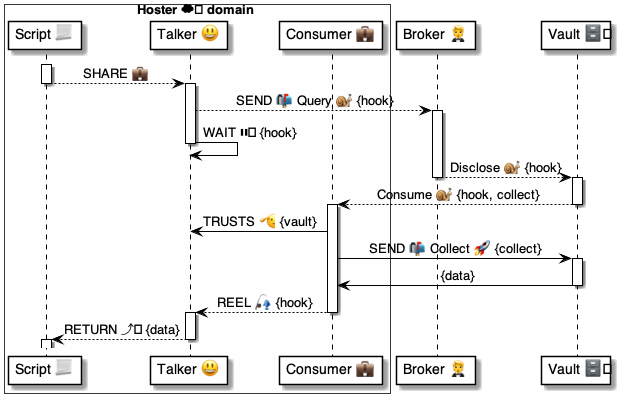
Before: 4 ⚙️ Solution/41 🎭 Domain Roles/Consumers 💼/💼🅰️ Consumer methods/Consume 🗄️🐌💼/🗄️ Consume ⚙️ uml.png, a diagram exported from PlantUML (pollyweb-org/pollyweb-docs). Its source is kept beside it as 4 ⚙️ Solution/41 🎭 Domain Roles/Consumers 💼/💼🅰️ Consumer methods/Consume 🗄️🐌💼/🗄️ Consume ⚙️ uml.puml.
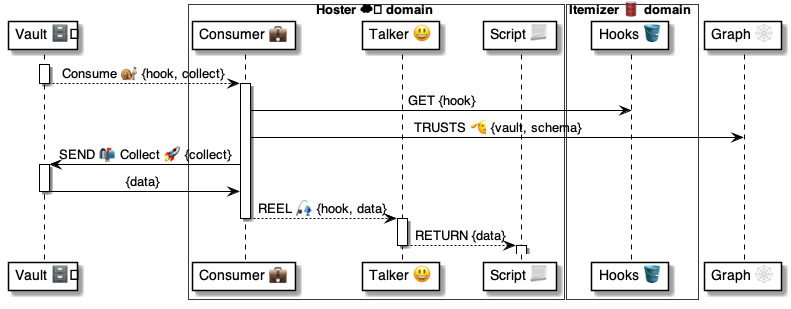
The same diagram one commit later.

What changed in the source:
```diff
@@ -1,43 +1,37 @@
-@startuml Wallet: Share()
+@startuml Consumer@Consumer
+
+participant "Vault 🗄️" as vault
 
 box Hoster ☁️ domain #FFFFFA
+    participant "Consumer 💼" as consumer
+    participant "Talker 😃" as talker
     participant "Script 📃" as script
-    participant "Talker 😃" as talker
-    participant "Consumer 💼" as consumer
 end box
-participant "Broker 🤵" as broker
-participant "Vault 🗄️" as vault
 
-activate script
-    script --> talker: SHARE 💼
-deactivate script
+box Itemizer 🛢 domain #FFFFFA
+    participant "Hooks 🪣" as hooks
+end box
 
-activate talker
-    talker --> broker: SEND 📬 Query 🐌 {hook}
-activate broker
-    talker -> talker: WAIT ⏸️ {hook}
-deactivate talker
-
-    broker --> vault: Disclose 🐌 {hook}
-deactivate broker
+participant "Graph 🕸" as graph
 
 activate vault
-vault --> consumer: Consume 🐌 {hook, collect}
+    vault --> consumer: Consume 🐌 {hook, collect}
 deactivate vault
 
 activate consumer
-    consumer -> talker: TRUSTS 🫡 {vault}
+    consumer -> hooks: GET {hook}
+    consumer -> graph: TRUSTS 🫡 {vault, schema}
     consumer -> vault: SEND 📬 Collect 🚀 {collect}
 
     activate vault
         vault -> consumer: {data}
     deactivate vault
 
-    consumer --> talker: REEL 🎣 {hook}
+    consumer --> talker: REEL 🎣 {hook, data}
 deactivate consumer
 
 activate talker
-    talker --> script: RETURN ⤴️ {data}
+    talker --> script: RETURN {data}
 deactivate talker
 
 activate script
```
